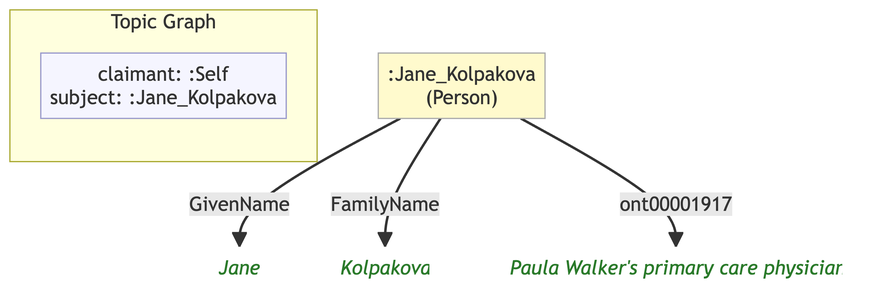
Earlier version of the Mermaid export example/graphs/images/graph-25.png (MeeFoundation/mia-ontologies). Its source is kept beside it as example/graphs/images/graph-25.mmd.
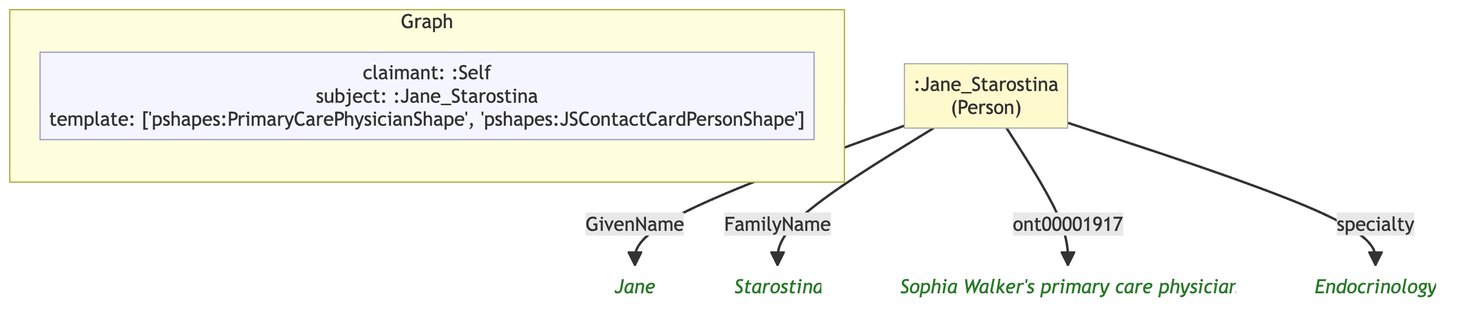
After the commit.

Change to the diagram source:
```diff
@@ -1,20 +1,21 @@
 flowchart TD
     classDef person fill:#fffacd,stroke:#aaa,color:#333
-    classDef grp    fill:#d4edda,stroke:#aaa,color:#333
     classDef org    fill:#cce5ff,stroke:#aaa,color:#333
     classDef lit    fill:none,stroke:none,font-style:italic,color:#2a7a2a
     classDef meta   fill:#f5f5ff,stroke:#9999cc,color:#333
 
-    subgraph ctx["Topic Graph"]
+    subgraph ctx["Graph"]
         direction LR
-        ctx_meta["claimant: :Self\nsubject: :Jane_Kolpakova"]:::meta
+        ctx_meta["claimant: :Self\nsubject: :Jane_Starostina\ntemplate: ['pshapes:PrimaryCarePhysicianShape', 'pshapes:JSContactCardPersonShape']"]:::meta
     end
 
-    nb56a5989f29e[":Jane_Kolpakova\n(Person)"]:::person
-    nb325d469ac9a("Jane"):::lit
-    nf9258aaa31ff("Kolpakova"):::lit
-    n3c39929973bb("Paula Walker's primary care physician"):::lit
+    ncb7388e459f8[":Jane_Starostina\n(Person)"]:::person
+    nb37c2d1722f7("Jane"):::lit
+    nfe46ff05e293("Starostina"):::lit
+    n9f4b94edfa47("Sophia Walker's primary care physician"):::lit
+    n3c7aa6d071dd("Endocrinology"):::lit
 
-    nb56a5989f29e -->|"GivenName"| nb325d469ac9a
-    nb56a5989f29e -->|"FamilyName"| nf9258aaa31ff
-    nb56a5989f29e -->|"ont00001917"| n3c39929973bb
+    ncb7388e459f8 -->|"GivenName"| nb37c2d1722f7
+    ncb7388e459f8 -->|"FamilyName"| nfe46ff05e293
+    ncb7388e459f8 -->|"ont00001917"| n9f4b94edfa47
+    ncb7388e459f8 -->|"specialty"| n3c7aa6d071dd
```
